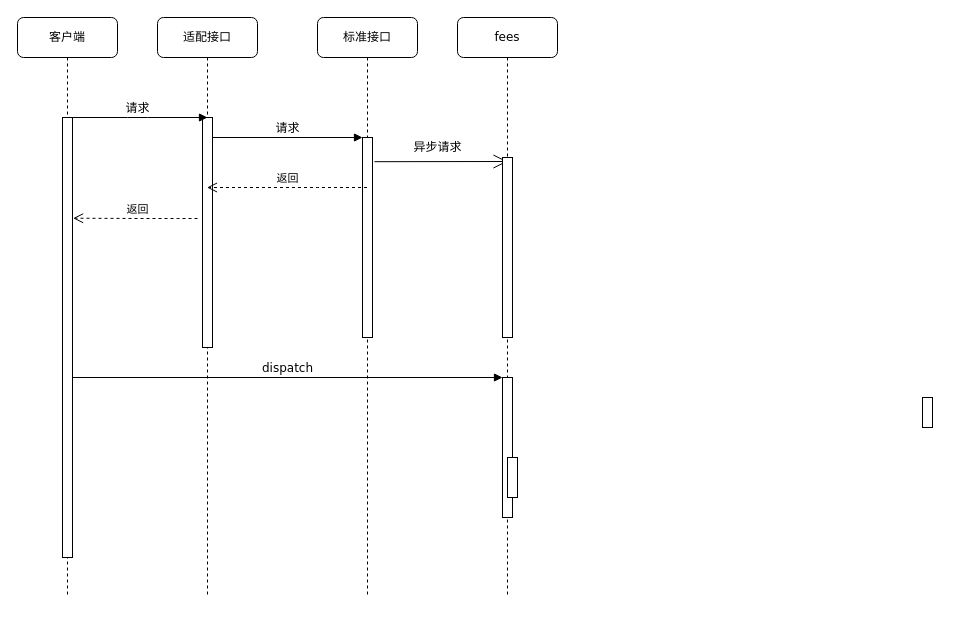
Earlier version of the draw.io diagram page "Page-1" (1 of 2) of 拓扑图11.drawio (choulele0910/gitbook). Source tidied: cells renumbered, new cells numbered last; positions are measured from the earlier drawing's top-left corner, leaving out a move shared by most shapes. Both pictures are drawn from the tidied source at 100%, with x=0, y=0 at pixel (17, 17).
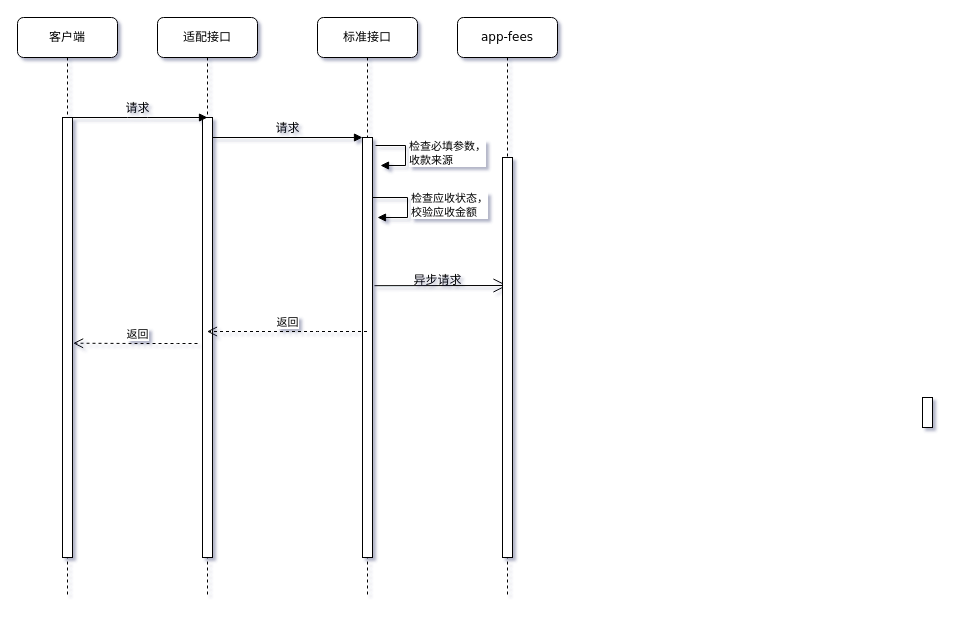
The same page after the edit.

Commit message:
更新拓扑图11.drawio

The change refers to these unchanged cells:
```xml
<mxCell id="2" value="适配接口" style="shape=umlLifeline;perimeter=lifelinePerimeter;whiteSpace=wrap;html=1;outlineConnect=0;rounded=1;shadow=0;comic=0;labelBackgroundColor=none;strokeWidth=1;fontFamily=Verdana;fontSize=12;align=center;" parent="1" vertex="1">
  <mxGeometry x="140" width="100" height="580" as="geometry" />
</mxCell>
<mxCell id="4" value="标准接口" style="shape=umlLifeline;perimeter=lifelinePerimeter;whiteSpace=wrap;html=1;outlineConnect=0;rounded=1;shadow=0;comic=0;labelBackgroundColor=none;strokeWidth=1;fontFamily=Verdana;fontSize=12;align=center;" parent="1" vertex="1">
  <mxGeometry x="300" width="100" height="580" as="geometry" />
</mxCell>
<mxCell id="9" style="html=1;points=[];perimeter=orthogonalPerimeter;rounded=0;shadow=0;comic=0;labelBackgroundColor=none;strokeWidth=1;fontFamily=Verdana;fontSize=12;align=center;" parent="8" vertex="1">
  <mxGeometry x="45" y="100" width="10" height="440" as="geometry" />
</mxCell>
```

Diff of the diagram source:
```diff
@@
-<mxGraphModel>
+<mxGraphModel shadow="1">
@@
     <mxCell id="3" style="html=1;points=[];perimeter=orthogonalPerimeter;rounded=0;shadow=0;comic=0;labelBackgroundColor=none;strokeWidth=1;fontFamily=Verdana;fontSize=12;align=center;" parent="2" vertex="1">
-      <mxGeometry x="45" y="100" width="10" height="230" as="geometry" />
+      <mxGeometry x="45" y="100" width="10" height="440" as="geometry" />
     </mxCell>
@@
     <mxCell id="5" style="html=1;points=[];perimeter=orthogonalPerimeter;rounded=0;shadow=0;comic=0;labelBackgroundColor=none;strokeWidth=1;fontFamily=Verdana;fontSize=12;align=center;" parent="4" vertex="1">
-      <mxGeometry x="45" y="120" width="10" height="200" as="geometry" />
+      <mxGeometry x="45" y="120" width="10" height="420" as="geometry" />
     </mxCell>
+    <mxCell id="20" value="检查必填参数，&lt;br&gt;收款来源" style="edgeStyle=orthogonalEdgeStyle;html=1;align=left;spacingLeft=2;endArrow=block;rounded=0;entryX=1;entryY=0;" parent="4" edge="1">
+      <mxGeometry relative="1" as="geometry">
+        <mxPoint x="58" y="128" as="sourcePoint" />
+        <mxPoint x="63" y="148" as="targetPoint" />
+        <Array as="points">
+          <mxPoint x="88" y="128" />
+        </Array>
+      </mxGeometry>
+    </mxCell>
+    <mxCell id="21" value="检查应收状态，&lt;br&gt;校验应收金额" style="edgeStyle=orthogonalEdgeStyle;html=1;align=left;spacingLeft=2;endArrow=block;rounded=0;entryX=1;entryY=0;" parent="4" edge="1">
+      <mxGeometry relative="1" as="geometry">
+        <mxPoint x="55" y="180" as="sourcePoint" />
+        <mxPoint x="60" y="200" as="targetPoint" />
+        <Array as="points">
+          <mxPoint x="90" y="180" />
+          <mxPoint x="90" y="200" />
+        </Array>
+      </mxGeometry>
+    </mxCell>
-    <mxCell id="6" value="fees" style="shape=umlLifeline;perimeter=lifelinePerimeter;whiteSpace=wrap;html=1;rounded=1;shadow=0;comic=0;labelBackgroundColor=none;strokeWidth=1;fontFamily=Verdana;fontSize=12;align=center;" parent="1" vertex="1">
+    <mxCell id="6" value="app-fees" style="shape=umlLifeline;perimeter=lifelinePerimeter;whiteSpace=wrap;html=1;rounded=1;shadow=0;comic=0;labelBackgroundColor=none;strokeWidth=1;fontFamily=Verdana;fontSize=12;align=center;" parent="1" vertex="1">
       <mxGeometry x="440" width="100" height="580" as="geometry" />
     </mxCell>
-    <mxCell id="7" style="endArrow=open;endFill=1;endSize=12;html=1;rounded=0;exitX=1.193;exitY=0.121;exitDx=0;exitDy=0;exitPerimeter=0;" parent="6" edge="1" source="5">
+    <mxCell id="7" style="endArrow=open;endFill=1;endSize=12;html=1;rounded=0;exitX=1.193;exitY=0.121;exitDx=0;exitDy=0;exitPerimeter=0;" parent="6" edge="1">
       <mxGeometry relative="1" as="geometry">
-        <mxPoint x="50" y="144" as="targetPoint" />
+        <mxPoint x="-83.1" y="268.2" as="sourcePoint" />
+        <mxPoint x="50" y="268" as="targetPoint" />
       </mxGeometry>
     </mxCell>
@@
     <mxCell id="10" style="html=1;perimeter=orthogonalPerimeter;rounded=0;shadow=0;comic=0;labelBackgroundColor=none;strokeWidth=1;fontFamily=Verdana;fontSize=12;align=center;" parent="1" vertex="1">
-      <mxGeometry x="485" y="140" width="10" height="180" as="geometry" />
+      <mxGeometry x="485" y="140" width="10" height="400" as="geometry" />
     </mxCell>
-    <mxCell id="11" style="html=1;points=[];perimeter=orthogonalPerimeter;rounded=0;shadow=0;comic=0;labelBackgroundColor=none;strokeWidth=1;fontFamily=Verdana;fontSize=12;align=center;" parent="1" vertex="1">
-      <mxGeometry x="485" y="360" width="10" height="140" as="geometry" />
-    </mxCell>
-    <mxCell id="12" value="dispatch" style="html=1;verticalAlign=bottom;endArrow=block;entryX=0;entryY=0;labelBackgroundColor=none;fontFamily=Verdana;fontSize=12;" parent="1" edge="1" source="9" target="11">
-      <mxGeometry relative="1" as="geometry" />
-    </mxCell>
@@
-    <mxCell id="15" style="html=1;perimeter=orthogonalPerimeter;rounded=0;shadow=0;comic=0;labelBackgroundColor=none;strokeWidth=1;fontFamily=Verdana;fontSize=12;align=center;" parent="1" vertex="1">
-      <mxGeometry x="490" y="440" width="10" height="40" as="geometry" />
-    </mxCell>
     <mxCell id="16" value="返回" style="html=1;verticalAlign=bottom;endArrow=open;dashed=1;endSize=8;rounded=0;entryX=1.06;entryY=0.222;entryDx=0;entryDy=0;entryPerimeter=0;" parent="1" edge="1">
       <mxGeometry x="-0.04" relative="1" as="geometry">
-        <mxPoint x="180" y="201" as="sourcePoint" />
-        <mxPoint x="55.6" y="200.7" as="targetPoint" />
+        <mxPoint x="180" y="326" as="sourcePoint" />
+        <mxPoint x="55.6" y="325.7" as="targetPoint" />
         <Array as="points">
-          <mxPoint x="160" y="201" />
-          <mxPoint x="120" y="201" />
+          <mxPoint x="160" y="326" />
+          <mxPoint x="120" y="326" />
         </Array>
       </mxGeometry>
     </mxCell>
-    <mxCell id="17" value="返回" style="html=1;verticalAlign=bottom;endArrow=open;dashed=1;endSize=8;rounded=0;" parent="1" edge="1" source="4" target="2">
+    <mxCell id="17" value="返回" style="html=1;verticalAlign=bottom;endArrow=open;dashed=1;endSize=8;rounded=0;" parent="1" edge="1">
       <mxGeometry relative="1" as="geometry">
+        <mxPoint x="349.5" y="314" as="sourcePoint" />
+        <mxPoint x="189.5" y="314" as="targetPoint" />
         <Array as="points">
-          <mxPoint x="300" y="170" />
+          <mxPoint x="300" y="314" />
         </Array>
       </mxGeometry>
     </mxCell>
@@
     <mxCell id="19" value="异步请求" style="text;html=1;align=center;verticalAlign=middle;strokeColor=none;fillColor=none;" parent="1" vertex="1">
-      <mxGeometry x="385" y="115" width="70" height="30" as="geometry" />
+      <mxGeometry x="385" y="248" width="70" height="30" as="geometry" />
     </mxCell>
```
